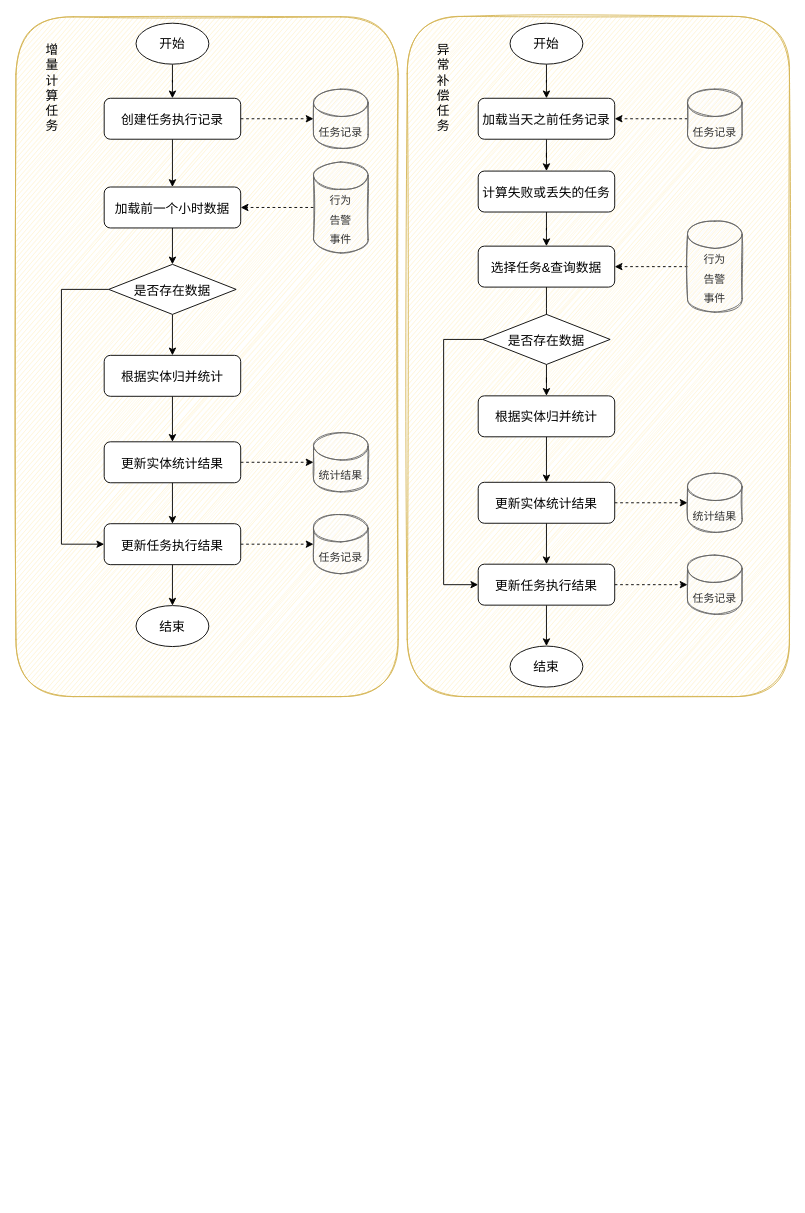
Earlier version of the draw.io diagram 增量计算任务.drawio (Rocks526/picture-repository). Source tidied: cells renumbered, new cells numbered last; positions are measured from the earlier drawing's top-left corner, leaving out a move shared by most shapes. Both pictures are drawn from the tidied source at 91%, with x=0, y=0 at pixel (15, 15).
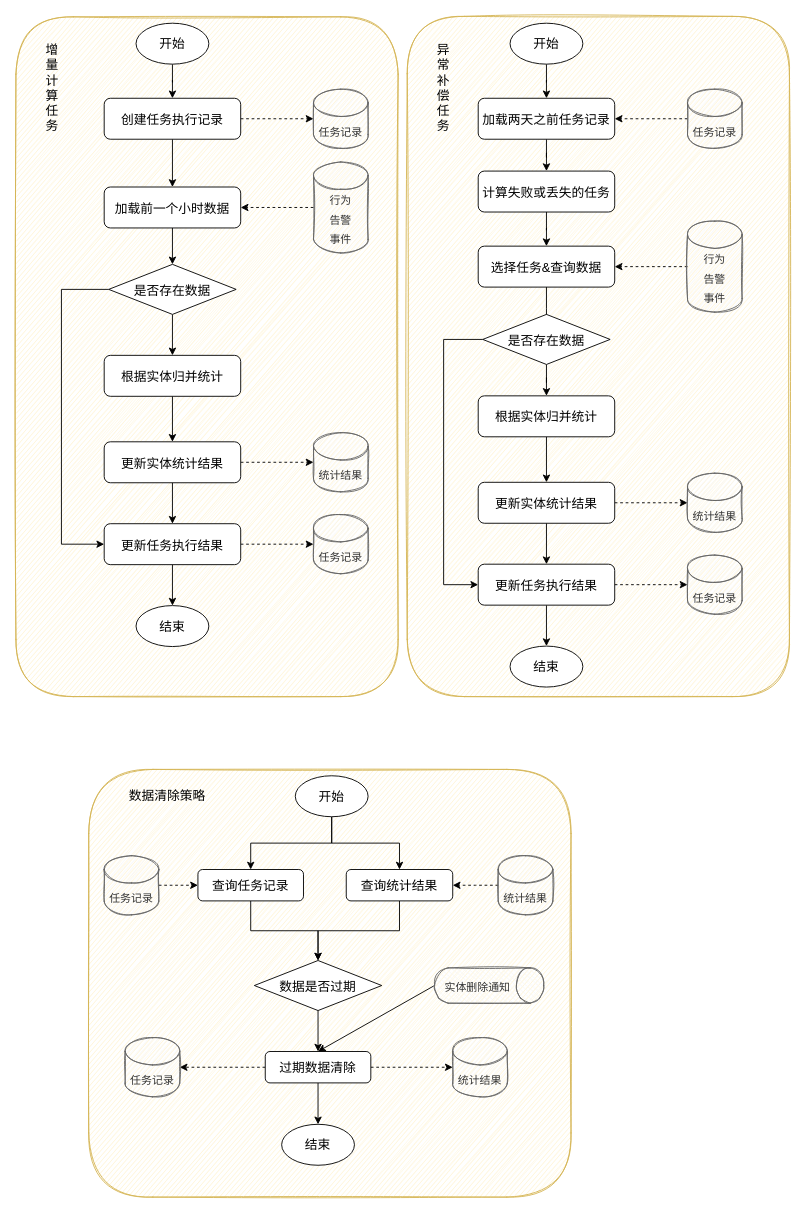
Above is the later version.

Commit message (it also covers changes not shown here):
更新增量计算任务.drawio

Diff of the diagram source:
```diff
@@
-    <mxCell id="38" value="&lt;font style=&quot;font-size: 14px;&quot;&gt;加载当天之前任务记录&lt;/font&gt;" style="rounded=1;whiteSpace=wrap;html=1;fontSize=18;" parent="1" vertex="1">
+    <mxCell id="38" value="&lt;font style=&quot;font-size: 14px;&quot;&gt;加载两天之前任务记录&lt;/font&gt;" style="rounded=1;whiteSpace=wrap;html=1;fontSize=18;" parent="1" vertex="1">
       <mxGeometry x="508" y="90.5" width="150" height="45" as="geometry" />
     </mxCell>
@@
+    <mxCell id="56" style="rounded=1;whiteSpace=wrap;html=1;fontSize=14;fillColor=#fff2cc;strokeColor=#d6b656;sketch=1;" parent="1" vertex="1">
+      <mxGeometry x="80" y="828" width="530" height="470" as="geometry" />
+    </mxCell>
+    <mxCell id="57" style="edgeStyle=orthogonalEdgeStyle;rounded=0;jettySize=auto;html=1;fontSize=14;" parent="1" edge="1" source="59" target="63">
+      <mxGeometry relative="1" as="geometry" />
+    </mxCell>
+    <mxCell id="58" style="edgeStyle=orthogonalEdgeStyle;rounded=0;jettySize=auto;html=1;entryX=0.5;entryY=0;entryDx=0;entryDy=0;strokeColor=default;fontSize=14;" parent="1" edge="1" source="59" target="68">
+      <mxGeometry relative="1" as="geometry" />
+    </mxCell>
+    <mxCell id="59" value="&lt;font style=&quot;font-size: 14px;&quot;&gt;开始&lt;/font&gt;" style="ellipse;whiteSpace=wrap;html=1;" parent="1" vertex="1">
+      <mxGeometry x="307" y="835" width="80" height="45" as="geometry" />
+    </mxCell>
+    <mxCell id="60" style="edgeStyle=orthogonalEdgeStyle;rounded=0;jettySize=auto;html=1;strokeColor=default;fontSize=14;" parent="1" edge="1" source="61" target="74">
+      <mxGeometry relative="1" as="geometry" />
+    </mxCell>
+    <mxCell id="61" value="&lt;span style=&quot;font-size: 14px;&quot;&gt;数据是否过期&lt;/span&gt;" style="rhombus;whiteSpace=wrap;html=1;fontSize=18;" parent="1" vertex="1">
+      <mxGeometry x="262" y="1038" width="140" height="55" as="geometry" />
+    </mxCell>
+    <mxCell id="62" style="edgeStyle=orthogonalEdgeStyle;rounded=0;jettySize=auto;html=1;entryX=0.5;entryY=0;entryDx=0;entryDy=0;strokeColor=default;fontSize=14;" parent="1" edge="1" source="63" target="61">
+      <mxGeometry relative="1" as="geometry" />
+    </mxCell>
+    <mxCell id="63" value="&lt;font style=&quot;font-size: 14px;&quot;&gt;查询统计结果&lt;/font&gt;" style="rounded=1;whiteSpace=wrap;html=1;fontSize=18;" parent="1" vertex="1">
+      <mxGeometry x="363" y="938" width="117" height="34.5" as="geometry" />
+    </mxCell>
+    <mxCell id="64" style="edgeStyle=orthogonalEdgeStyle;rounded=0;jettySize=auto;html=1;strokeColor=default;fontSize=14;dashed=1;" parent="1" edge="1" source="65" target="63">
+      <mxGeometry relative="1" as="geometry" />
+    </mxCell>
+    <mxCell id="65" value="&lt;span style=&quot;font-size: 12px;&quot;&gt;统计结果&lt;/span&gt;" style="shape=cylinder3;whiteSpace=wrap;html=1;boundedLbl=1;backgroundOutline=1;size=15;fontSize=18;fillColor=#f5f5f5;strokeColor=#666666;sketch=1;fontColor=#333333;" parent="1" vertex="1">
+      <mxGeometry x="530" y="922.8" width="60" height="65" as="geometry" />
+    </mxCell>
+    <mxCell id="66" value="数据清除策略" style="text;html=1;strokeColor=none;fillColor=none;align=center;verticalAlign=middle;whiteSpace=wrap;rounded=0;sketch=1;fontSize=14;" parent="1" vertex="1">
+      <mxGeometry x="110" y="842.2" width="113" height="30.5" as="geometry" />
+    </mxCell>
+    <mxCell id="67" style="edgeStyle=orthogonalEdgeStyle;rounded=0;jettySize=auto;html=1;entryX=0.5;entryY=0;entryDx=0;entryDy=0;strokeColor=default;fontSize=14;" parent="1" edge="1" source="68" target="61">
+      <mxGeometry relative="1" as="geometry" />
+    </mxCell>
+    <mxCell id="68" value="&lt;span style=&quot;font-size: 14px;&quot;&gt;查询任务记录&lt;/span&gt;" style="rounded=1;whiteSpace=wrap;html=1;fontSize=18;" parent="1" vertex="1">
+      <mxGeometry x="200" y="938" width="116" height="34.5" as="geometry" />
+    </mxCell>
+    <mxCell id="69" style="edgeStyle=orthogonalEdgeStyle;rounded=0;jettySize=auto;html=1;dashed=1;strokeColor=default;fontSize=14;" parent="1" edge="1" source="70" target="68">
+      <mxGeometry relative="1" as="geometry" />
+    </mxCell>
+    <mxCell id="70" value="&lt;span style=&quot;font-size: 12px;&quot;&gt;任务记录&lt;/span&gt;" style="shape=cylinder3;whiteSpace=wrap;html=1;boundedLbl=1;backgroundOutline=1;size=15;fontSize=18;fillColor=#f5f5f5;strokeColor=#666666;sketch=1;fontColor=#333333;" parent="1" vertex="1">
+      <mxGeometry x="97" y="922.8" width="60" height="65" as="geometry" />
+    </mxCell>
+    <mxCell id="71" style="edgeStyle=orthogonalEdgeStyle;rounded=0;jettySize=auto;html=1;strokeColor=default;fontSize=14;dashed=1;" parent="1" edge="1" source="74" target="75">
+      <mxGeometry relative="1" as="geometry" />
+    </mxCell>
+    <mxCell id="72" style="edgeStyle=orthogonalEdgeStyle;rounded=0;jettySize=auto;html=1;strokeColor=default;fontSize=14;dashed=1;" parent="1" edge="1" source="74" target="76">
+      <mxGeometry relative="1" as="geometry" />
+    </mxCell>
+    <mxCell id="73" style="edgeStyle=orthogonalEdgeStyle;rounded=0;jettySize=auto;html=1;strokeColor=default;fontSize=14;" parent="1" edge="1" source="74" target="77">
+      <mxGeometry relative="1" as="geometry" />
+    </mxCell>
+    <mxCell id="74" value="&lt;span style=&quot;font-size: 14px;&quot;&gt;过期数据清除&lt;/span&gt;" style="rounded=1;whiteSpace=wrap;html=1;fontSize=18;" parent="1" vertex="1">
+      <mxGeometry x="274" y="1138" width="116" height="34.5" as="geometry" />
+    </mxCell>
+    <mxCell id="75" value="&lt;span style=&quot;font-size: 12px;&quot;&gt;统计结果&lt;/span&gt;" style="shape=cylinder3;whiteSpace=wrap;html=1;boundedLbl=1;backgroundOutline=1;size=15;fontSize=18;fillColor=#f5f5f5;strokeColor=#666666;sketch=1;fontColor=#333333;" parent="1" vertex="1">
+      <mxGeometry x="480" y="1122.8" width="60" height="65" as="geometry" />
+    </mxCell>
+    <mxCell id="76" value="&lt;span style=&quot;font-size: 12px;&quot;&gt;任务记录&lt;/span&gt;" style="shape=cylinder3;whiteSpace=wrap;html=1;boundedLbl=1;backgroundOutline=1;size=15;fontSize=18;fillColor=#f5f5f5;strokeColor=#666666;sketch=1;fontColor=#333333;" parent="1" vertex="1">
+      <mxGeometry x="120" y="1122.8" width="60" height="65" as="geometry" />
+    </mxCell>
+    <mxCell id="77" value="&lt;font style=&quot;font-size: 14px;&quot;&gt;结束&lt;/font&gt;" style="ellipse;whiteSpace=wrap;html=1;" parent="1" vertex="1">
+      <mxGeometry x="292" y="1218" width="80" height="45" as="geometry" />
+    </mxCell>
+    <mxCell id="78" style="rounded=0;jettySize=auto;html=1;entryX=0.5;entryY=0;entryDx=0;entryDy=0;strokeColor=default;fontSize=14;exitX=0.5;exitY=1;exitDx=0;exitDy=0;exitPerimeter=0;" parent="1" edge="1" source="79" target="74">
+      <mxGeometry relative="1" as="geometry" />
+    </mxCell>
+    <mxCell id="79" value="&lt;span style=&quot;font-size: 12px;&quot;&gt;实体删除通知&lt;/span&gt;" style="shape=cylinder3;whiteSpace=wrap;html=1;boundedLbl=1;backgroundOutline=1;size=15;fontSize=18;fillColor=#f5f5f5;strokeColor=#666666;sketch=1;fontColor=#333333;direction=south;" parent="1" vertex="1">
+      <mxGeometry x="460" y="1046.1" width="120" height="38.8" as="geometry" />
+    </mxCell>
```
